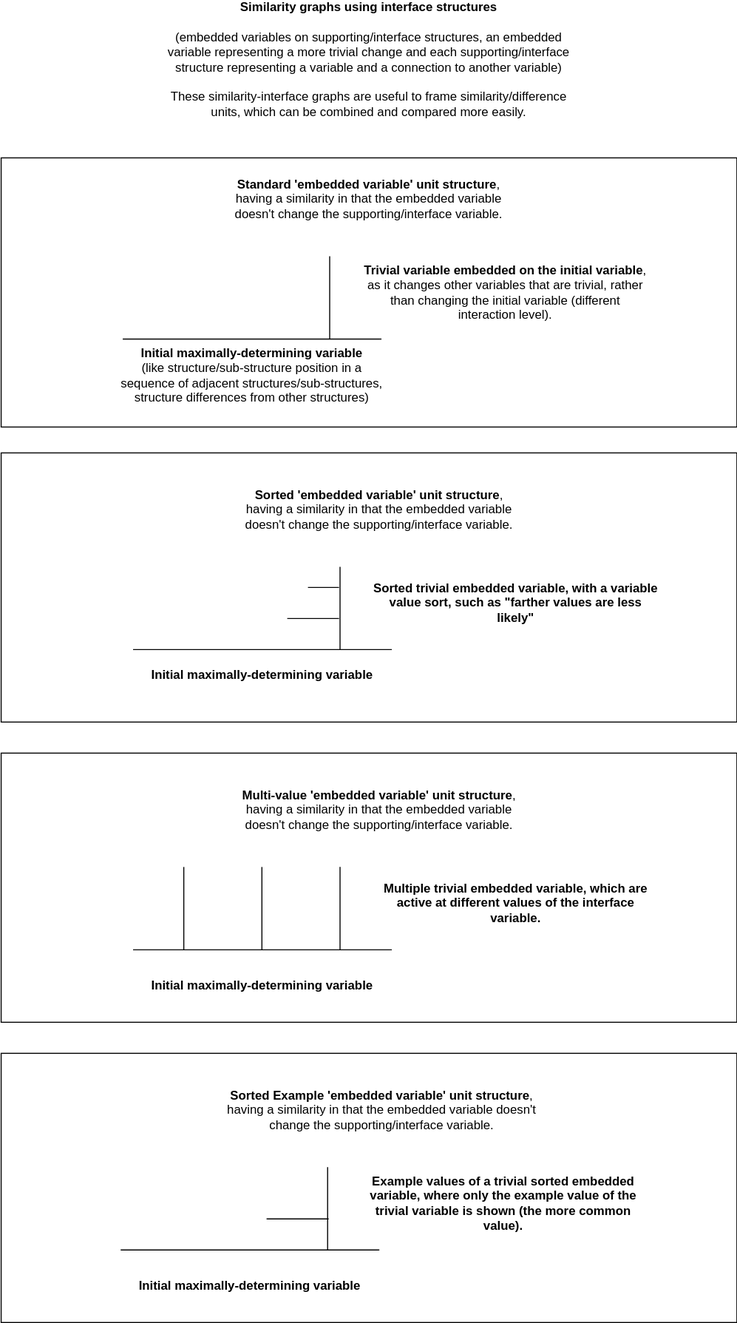
The draw.io diagram docs/objects/interface_similarity_graphs.drawio.svg in outdreamer/build-a-cure, before a commit. Source tidied: cells renumbered, new cells last; positions are measured from the earlier drawing's top-left corner, leaving out a move shared by most shapes.
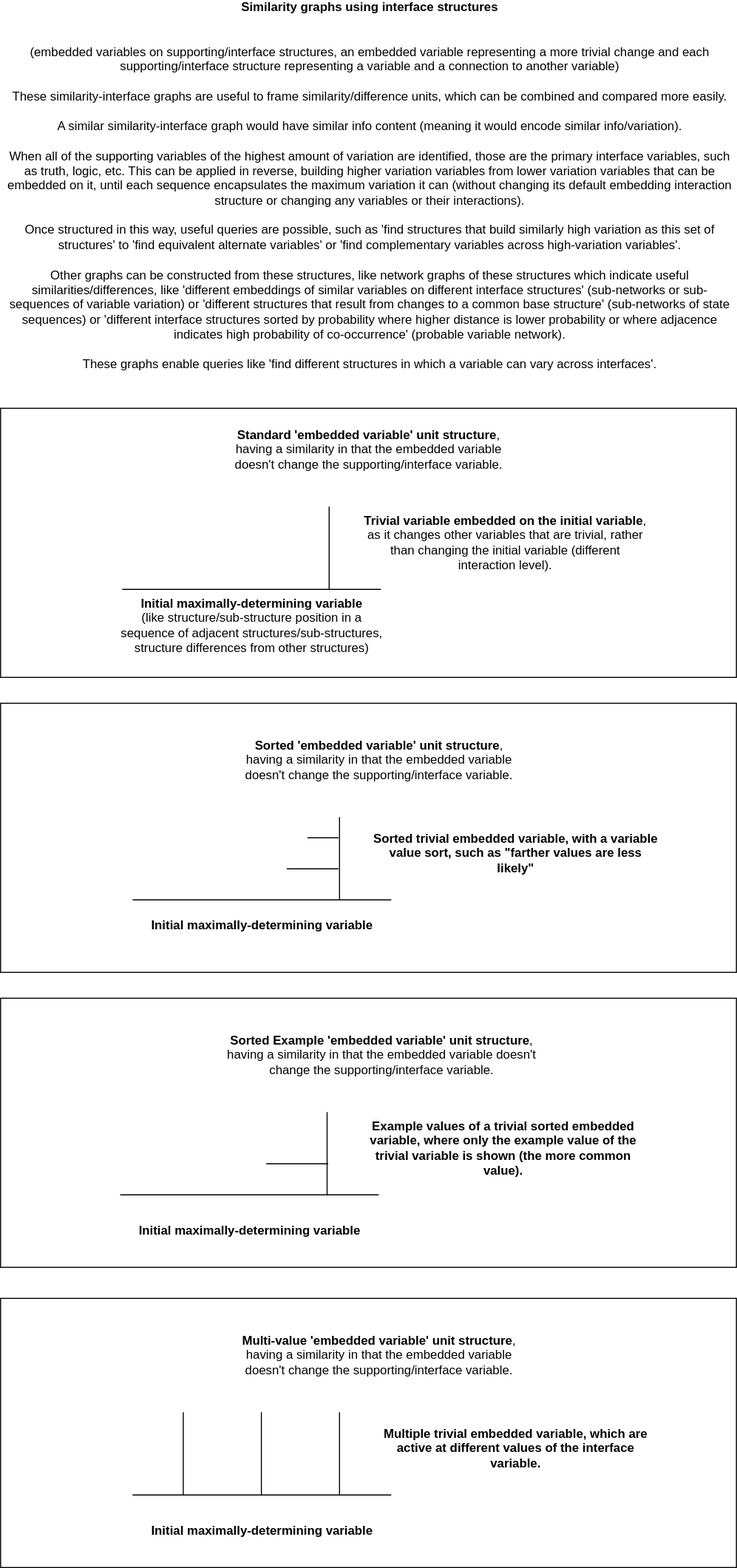
Above is the later version.

Change to the diagram source:
```diff
@@ -3,133 +3,133 @@
     <mxCell id="0" />
     <mxCell id="1" parent="0" />
     <mxCell id="2" style="rounded=0;whiteSpace=wrap;html=1;" parent="1" vertex="1">
-      <mxGeometry x="-0.5" y="110" width="711" height="260" as="geometry" />
+      <mxGeometry x="-6" y="170" width="711" height="260" as="geometry" />
     </mxCell>
     <mxCell id="3" style="rounded=0;whiteSpace=wrap;html=1;" parent="1" vertex="1">
-      <mxGeometry x="-0.5" y="975" width="711" height="260" as="geometry" />
+      <mxGeometry x="-6" y="740" width="711" height="260" as="geometry" />
     </mxCell>
     <mxCell id="4" style="rounded=0;whiteSpace=wrap;html=1;" parent="1" vertex="1">
-      <mxGeometry x="-0.5" y="685" width="711" height="260" as="geometry" />
+      <mxGeometry x="-6" y="1030" width="711" height="260" as="geometry" />
     </mxCell>
     <mxCell id="5" style="rounded=0;whiteSpace=wrap;html=1;" parent="1" vertex="1">
-      <mxGeometry x="-0.5" y="395" width="711" height="260" as="geometry" />
+      <mxGeometry x="-6" y="455" width="711" height="260" as="geometry" />
     </mxCell>
     <mxCell id="6" style="endArrow=none;html=1;rounded=0;" parent="1" edge="1">
       <mxGeometry relative="1" as="geometry">
-        <mxPoint x="117" y="285" as="sourcePoint" />
-        <mxPoint x="367" y="285" as="targetPoint" />
+        <mxPoint x="111.5" y="345" as="sourcePoint" />
+        <mxPoint x="361.5" y="345" as="targetPoint" />
       </mxGeometry>
     </mxCell>
     <mxCell id="7" value="&lt;b&gt;Initial maximally-determining variable&lt;/b&gt;&lt;br&gt;(like structure/sub-structure position in a sequence of adjacent structures/sub-structures, structure&amp;nbsp;differences from other structures)" style="text;html=1;strokeColor=none;fillColor=none;align=center;verticalAlign=middle;whiteSpace=wrap;rounded=0;" parent="1" vertex="1">
-      <mxGeometry x="107" y="305" width="270" height="30" as="geometry" />
+      <mxGeometry x="101.5" y="365" width="270" height="30" as="geometry" />
     </mxCell>
     <mxCell id="8" style="endArrow=none;html=1;rounded=0;" parent="1" edge="1">
       <mxGeometry relative="1" as="geometry">
-        <mxPoint x="317" y="285" as="sourcePoint" />
-        <mxPoint x="317" y="205" as="targetPoint" />
+        <mxPoint x="311.5" y="345" as="sourcePoint" />
+        <mxPoint x="311.5" y="265" as="targetPoint" />
       </mxGeometry>
     </mxCell>
-    <mxCell id="9" value="&lt;b&gt;Similarity graphs using interface structures &lt;/b&gt;&lt;br&gt;&lt;br&gt;(embedded variables on supporting/interface structures, an embedded variable representing a more trivial change and each supporting/interface structure representing a variable and a connection to another variable)&lt;br&gt;&lt;br&gt;These similarity-interface graphs are useful to frame similarity/difference units, which can be combined and compared more easily." style="text;html=1;strokeColor=none;fillColor=none;align=center;verticalAlign=middle;whiteSpace=wrap;rounded=0;" parent="1" vertex="1">
-      <mxGeometry x="159" width="392" height="30" as="geometry" />
+    <mxCell id="9" value="&lt;b&gt;Similarity graphs using interface structures &lt;/b&gt;&lt;br&gt;&lt;br&gt;&lt;br&gt;(embedded variables on supporting/interface structures, an embedded variable representing a more trivial change and each supporting/interface structure representing a variable and a connection to another variable)&lt;br&gt;&lt;br&gt;These similarity-interface graphs are useful to frame similarity/difference units, which can be combined and compared more easily.&lt;br&gt;&lt;br&gt;A similar similarity-interface graph would have similar info content (meaning it would encode similar info/variation).&lt;br&gt;&lt;br&gt;When all of the supporting variables of the highest amount of variation are identified, those are the primary interface variables, such as truth, logic, etc. This can be applied in reverse, building higher variation variables from lower variation variables that can be embedded on it, until each sequence encapsulates the maximum variation it can (without changing its default embedding interaction structure or changing any variables or their interactions).&lt;br&gt;&lt;br&gt;Once structured in this way, useful queries are possible, such as 'find structures that build similarly high variation as this set of structures' to 'find equivalent alternate variables' or 'find complementary variables across high-variation variables'.&lt;br&gt;&lt;br&gt;Other graphs can be constructed from these structures, like network graphs of these structures which indicate useful similarities/differences, like 'different embeddings of similar variables on different interface structures' (sub-networks or sub-sequences of variable variation) or 'different structures that result from changes to a common base structure' (sub-networks of state sequences) or 'different interface structures sorted by probability where higher distance is lower probability or where adjacence indicates high probability of co-occurrence' (probable variable network).&lt;br&gt;&lt;br&gt;These graphs enable queries like 'find different structures in which a variable can vary across interfaces'." style="text;html=1;strokeColor=none;fillColor=none;align=center;verticalAlign=middle;whiteSpace=wrap;rounded=0;" parent="1" vertex="1">
+      <mxGeometry x="-1.7" y="-60" width="706.4" height="30" as="geometry" />
     </mxCell>
     <mxCell id="10" value="&lt;b&gt;Trivial variable embedded on the initial variable&lt;/b&gt;, &lt;br&gt;as it changes other variables that are trivial, rather than changing the initial variable (different interaction level)." style="text;html=1;strokeColor=none;fillColor=none;align=center;verticalAlign=middle;whiteSpace=wrap;rounded=0;" parent="1" vertex="1">
-      <mxGeometry x="347" y="225" width="280" height="30" as="geometry" />
+      <mxGeometry x="341.5" y="285" width="280" height="30" as="geometry" />
     </mxCell>
     <mxCell id="11" value="&lt;b&gt;Standard 'embedded variable' unit structure&lt;/b&gt;,&lt;br&gt;having a similarity in that the embedded variable doesn't change the supporting/interface variable." style="text;html=1;strokeColor=none;fillColor=none;align=center;verticalAlign=middle;whiteSpace=wrap;rounded=0;" parent="1" vertex="1">
-      <mxGeometry x="211" y="135" width="288" height="30" as="geometry" />
+      <mxGeometry x="205.5" y="195" width="288" height="30" as="geometry" />
     </mxCell>
     <mxCell id="12" style="endArrow=none;html=1;rounded=0;" parent="1" edge="1">
       <mxGeometry relative="1" as="geometry">
-        <mxPoint x="127" y="585" as="sourcePoint" />
-        <mxPoint x="377" y="585" as="targetPoint" />
+        <mxPoint x="121.5" y="645" as="sourcePoint" />
+        <mxPoint x="371.5" y="645" as="targetPoint" />
       </mxGeometry>
     </mxCell>
     <mxCell id="13" style="endArrow=none;html=1;rounded=0;" parent="1" edge="1">
       <mxGeometry relative="1" as="geometry">
-        <mxPoint x="327" y="585" as="sourcePoint" />
-        <mxPoint x="327" y="505" as="targetPoint" />
+        <mxPoint x="321.5" y="645" as="sourcePoint" />
+        <mxPoint x="321.5" y="565" as="targetPoint" />
       </mxGeometry>
     </mxCell>
     <mxCell id="14" value="&lt;b&gt;Sorted trivial embedded variable, with a variable value sort, such as &quot;farther values are less likely&quot;&lt;/b&gt;" style="text;html=1;strokeColor=none;fillColor=none;align=center;verticalAlign=middle;whiteSpace=wrap;rounded=0;" parent="1" vertex="1">
-      <mxGeometry x="357" y="525" width="280" height="30" as="geometry" />
+      <mxGeometry x="351.5" y="585" width="280" height="30" as="geometry" />
     </mxCell>
     <mxCell id="15" value="&lt;b&gt;Sorted 'embedded variable' unit structure&lt;/b&gt;,&lt;br&gt;having a similarity in that the embedded variable doesn't change the supporting/interface variable." style="text;html=1;strokeColor=none;fillColor=none;align=center;verticalAlign=middle;whiteSpace=wrap;rounded=0;" parent="1" vertex="1">
-      <mxGeometry x="221" y="435" width="288" height="30" as="geometry" />
+      <mxGeometry x="215.5" y="495" width="288" height="30" as="geometry" />
     </mxCell>
     <mxCell id="16" style="endArrow=none;html=1;rounded=0;" parent="1" edge="1">
       <mxGeometry relative="1" as="geometry">
-        <mxPoint x="326" y="555" as="sourcePoint" />
-        <mxPoint x="276" y="555" as="targetPoint" />
+        <mxPoint x="320.5" y="615" as="sourcePoint" />
+        <mxPoint x="270.5" y="615" as="targetPoint" />
       </mxGeometry>
     </mxCell>
     <mxCell id="17" style="endArrow=none;html=1;rounded=0;" parent="1" edge="1">
       <mxGeometry relative="1" as="geometry">
-        <mxPoint x="326" y="525" as="sourcePoint" />
-        <mxPoint x="296" y="525" as="targetPoint" />
+        <mxPoint x="320.5" y="585" as="sourcePoint" />
+        <mxPoint x="290.5" y="585" as="targetPoint" />
       </mxGeometry>
     </mxCell>
     <mxCell id="18" style="endArrow=none;html=1;rounded=0;" parent="1" edge="1">
       <mxGeometry relative="1" as="geometry">
-        <mxPoint x="127" y="875" as="sourcePoint" />
-        <mxPoint x="377" y="875" as="targetPoint" />
+        <mxPoint x="121.5" y="1220" as="sourcePoint" />
+        <mxPoint x="371.5" y="1220" as="targetPoint" />
       </mxGeometry>
     </mxCell>
     <mxCell id="19" style="endArrow=none;html=1;rounded=0;" parent="1" edge="1">
       <mxGeometry relative="1" as="geometry">
-        <mxPoint x="327" y="875" as="sourcePoint" />
-        <mxPoint x="327" y="795" as="targetPoint" />
+        <mxPoint x="321.5" y="1220" as="sourcePoint" />
+        <mxPoint x="321.5" y="1140" as="targetPoint" />
       </mxGeometry>
     </mxCell>
     <mxCell id="20" value="&lt;b&gt;Multiple trivial embedded variable, which are active at different values of the interface variable.&lt;/b&gt;" style="text;html=1;strokeColor=none;fillColor=none;align=center;verticalAlign=middle;whiteSpace=wrap;rounded=0;" parent="1" vertex="1">
-      <mxGeometry x="357" y="815" width="280" height="30" as="geometry" />
+      <mxGeometry x="351.5" y="1160" width="280" height="30" as="geometry" />
     </mxCell>
     <mxCell id="21" value="&lt;b&gt;Multi-value 'embedded variable' unit structure&lt;/b&gt;,&lt;br&gt;having a similarity in that the embedded variable doesn't change the supporting/interface variable." style="text;html=1;strokeColor=none;fillColor=none;align=center;verticalAlign=middle;whiteSpace=wrap;rounded=0;" parent="1" vertex="1">
-      <mxGeometry x="221" y="725" width="288" height="30" as="geometry" />
+      <mxGeometry x="215.5" y="1070" width="288" height="30" as="geometry" />
     </mxCell>
     <mxCell id="22" style="endArrow=none;html=1;rounded=0;" parent="1" edge="1">
       <mxGeometry relative="1" as="geometry">
-        <mxPoint x="251.5" y="875" as="sourcePoint" />
-        <mxPoint x="251.5" y="795" as="targetPoint" />
+        <mxPoint x="246" y="1220" as="sourcePoint" />
+        <mxPoint x="246" y="1140" as="targetPoint" />
       </mxGeometry>
     </mxCell>
     <mxCell id="23" style="endArrow=none;html=1;rounded=0;" parent="1" edge="1">
       <mxGeometry relative="1" as="geometry">
-        <mxPoint x="176" y="875" as="sourcePoint" />
-        <mxPoint x="176" y="795" as="targetPoint" />
+        <mxPoint x="170.5" y="1220" as="sourcePoint" />
+        <mxPoint x="170.5" y="1140" as="targetPoint" />
       </mxGeometry>
     </mxCell>
     <mxCell id="24" style="endArrow=none;html=1;rounded=0;" parent="1" edge="1">
       <mxGeometry relative="1" as="geometry">
-        <mxPoint x="115" y="1165" as="sourcePoint" />
-        <mxPoint x="365" y="1165" as="targetPoint" />
+        <mxPoint x="109.5" y="930" as="sourcePoint" />
+        <mxPoint x="359.5" y="930" as="targetPoint" />
       </mxGeometry>
     </mxCell>
     <mxCell id="25" value="&lt;b&gt;Initial maximally-determining variable&lt;/b&gt;" style="text;html=1;strokeColor=none;fillColor=none;align=center;verticalAlign=middle;whiteSpace=wrap;rounded=0;" parent="1" vertex="1">
-      <mxGeometry x="105" y="1185" width="270" height="30" as="geometry" />
+      <mxGeometry x="99.5" y="950" width="270" height="30" as="geometry" />
     </mxCell>
     <mxCell id="26" style="endArrow=none;html=1;rounded=0;" parent="1" edge="1">
       <mxGeometry relative="1" as="geometry">
-        <mxPoint x="315" y="1165" as="sourcePoint" />
-        <mxPoint x="315" y="1085" as="targetPoint" />
+        <mxPoint x="309.5" y="930" as="sourcePoint" />
+        <mxPoint x="309.5" y="850" as="targetPoint" />
       </mxGeometry>
     </mxCell>
     <mxCell id="27" value="&lt;b&gt;Example values of a trivial sorted embedded variable, where only the example value of the trivial variable is shown (the more common value).&lt;/b&gt;" style="text;html=1;strokeColor=none;fillColor=none;align=center;verticalAlign=middle;whiteSpace=wrap;rounded=0;" parent="1" vertex="1">
-      <mxGeometry x="345" y="1105" width="280" height="30" as="geometry" />
+      <mxGeometry x="339.5" y="870" width="280" height="30" as="geometry" />
     </mxCell>
     <mxCell id="28" value="&lt;b&gt;Sorted Example 'embedded variable' unit structure&lt;/b&gt;,&lt;br&gt;having a similarity in that the embedded variable doesn't change the supporting/interface variable." style="text;html=1;strokeColor=none;fillColor=none;align=center;verticalAlign=middle;whiteSpace=wrap;rounded=0;" parent="1" vertex="1">
-      <mxGeometry x="209" y="1015" width="317" height="30" as="geometry" />
+      <mxGeometry x="203.5" y="780" width="317" height="30" as="geometry" />
     </mxCell>
     <mxCell id="29" style="endArrow=none;html=1;rounded=0;" parent="1" edge="1">
       <mxGeometry relative="1" as="geometry">
-        <mxPoint x="316" y="1135" as="sourcePoint" />
-        <mxPoint x="256" y="1135" as="targetPoint" />
+        <mxPoint x="310.5" y="900" as="sourcePoint" />
+        <mxPoint x="250.5" y="900" as="targetPoint" />
       </mxGeometry>
     </mxCell>
     <mxCell id="30" value="&lt;b&gt;Initial maximally-determining variable&lt;/b&gt;" style="text;html=1;strokeColor=none;fillColor=none;align=center;verticalAlign=middle;whiteSpace=wrap;rounded=0;" parent="1" vertex="1">
-      <mxGeometry x="117" y="895" width="270" height="30" as="geometry" />
+      <mxGeometry x="111.5" y="1240" width="270" height="30" as="geometry" />
     </mxCell>
     <mxCell id="31" value="&lt;b&gt;Initial maximally-determining variable&lt;/b&gt;" style="text;html=1;strokeColor=none;fillColor=none;align=center;verticalAlign=middle;whiteSpace=wrap;rounded=0;" parent="1" vertex="1">
-      <mxGeometry x="117" y="595" width="270" height="30" as="geometry" />
+      <mxGeometry x="111.5" y="655" width="270" height="30" as="geometry" />
     </mxCell>
   </root>
 </mxGraphModel>
```
